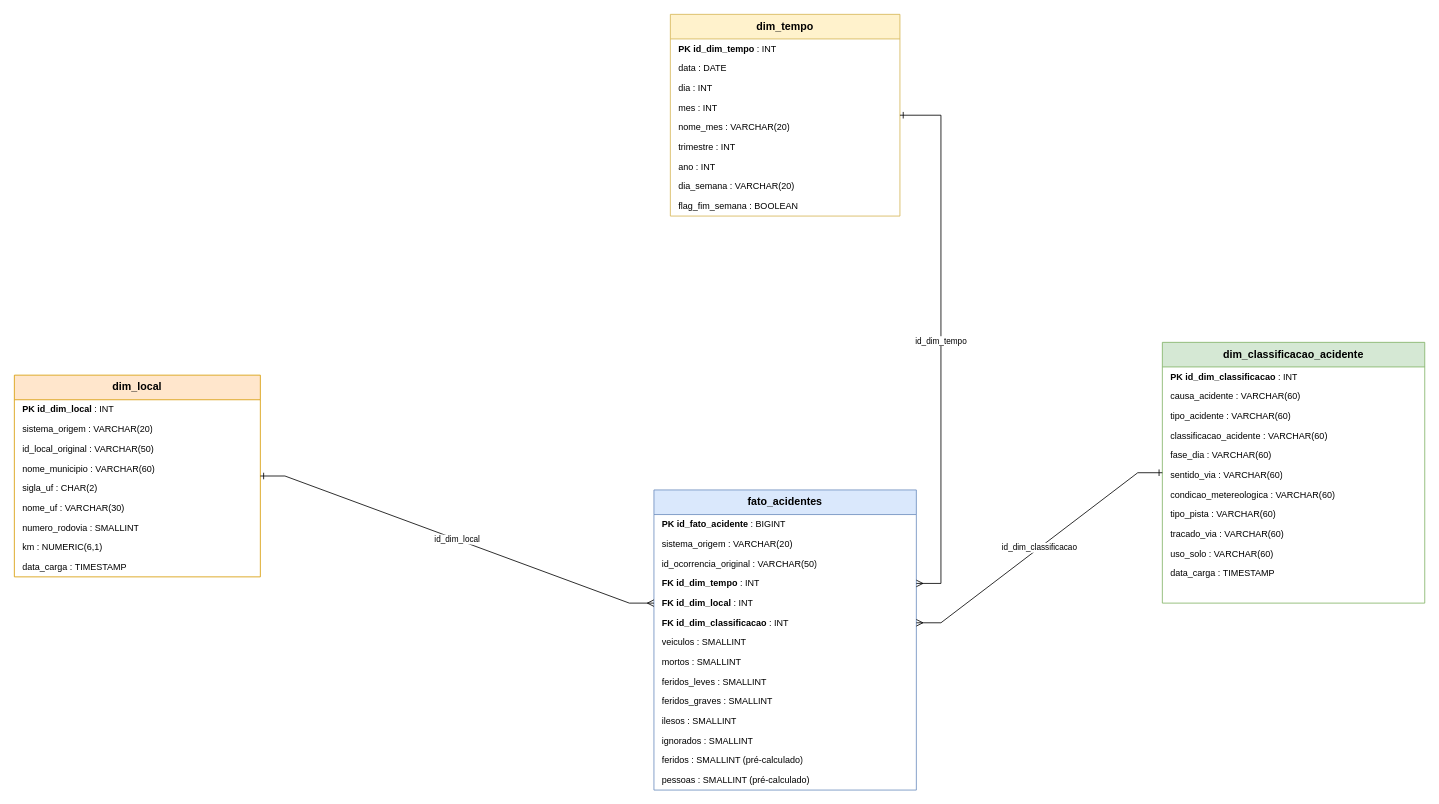
Earlier version of the draw.io diagram diagrams/dw_modelo_estrela.drawio (coutinhonobre/dw_trabalho_apresentacao). Source tidied: cells renumbered, new cells numbered last; positions are measured from the earlier drawing's top-left corner, leaving out a move shared by most shapes. Both pictures are drawn from the tidied source at 82%, with x=0, y=0 at pixel (14, 14).
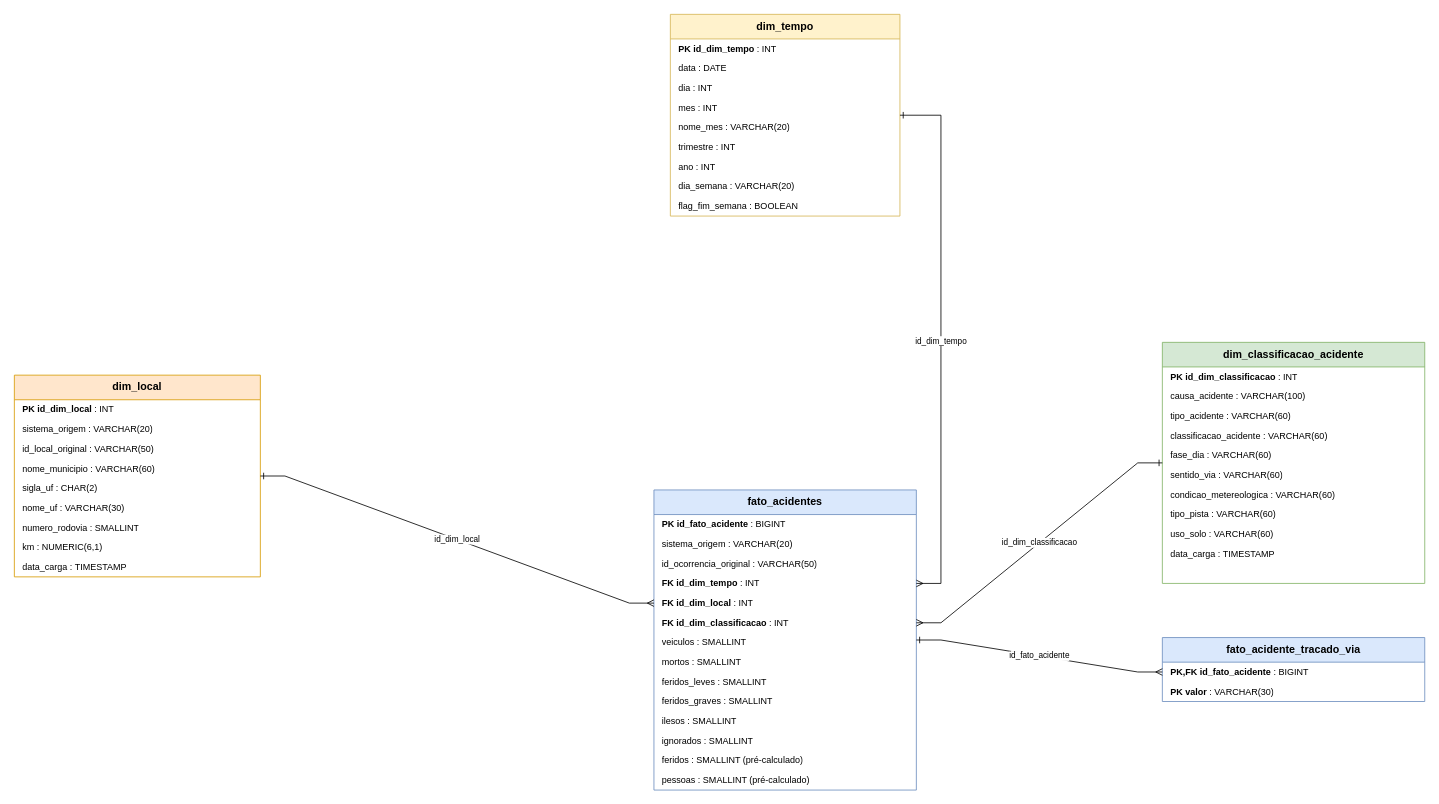
The same diagram, later.

Unchanged cells that the change refers to:
```xml
<mxCell id="2" value="fato_acidentes" style="swimlane;whiteSpace=wrap;html=1;startSize=30;fillColor=#dae8fc;strokeColor=#6c8ebf;fontStyle=1;fontSize=13;align=center;verticalAlign=top;horizontal=1;" parent="1" vertex="1">
  <mxGeometry x="780" y="580" width="320" height="366" as="geometry" />
</mxCell>
```

Diff of the diagram source:
```diff
@@
     <mxCell id="37" value="dim_classificacao_acidente" style="swimlane;whiteSpace=wrap;html=1;startSize=30;fillColor=#d5e8d4;strokeColor=#82b366;fontStyle=1;fontSize=13;align=center;verticalAlign=top;horizontal=1;" parent="1" vertex="1">
-      <mxGeometry x="1400" y="400" width="320" height="318" as="geometry" />
+      <mxGeometry x="1400" y="400" width="320" height="294" as="geometry" />
     </mxCell>
@@
-    <mxCell id="39" value="causa_acidente : VARCHAR(60)" style="text;html=1;strokeColor=none;fillColor=none;align=left;verticalAlign=middle;spacingLeft=8;fontSize=11;whiteSpace=nowrap;overflow=hidden;" parent="37" vertex="1">
+    <mxCell id="39" value="causa_acidente : VARCHAR(100)" style="text;html=1;strokeColor=none;fillColor=none;align=left;verticalAlign=middle;spacingLeft=8;fontSize=11;whiteSpace=nowrap;overflow=hidden;" parent="37" vertex="1">
       <mxGeometry y="54" width="320" height="24" as="geometry" />
     </mxCell>
@@
-    <mxCell id="46" value="tracado_via : VARCHAR(60)" style="text;html=1;strokeColor=none;fillColor=none;align=left;verticalAlign=middle;spacingLeft=8;fontSize=11;whiteSpace=nowrap;overflow=hidden;" parent="37" vertex="1">
-      <mxGeometry y="222" width="320" height="24" as="geometry" />
-    </mxCell>
     <mxCell id="47" value="uso_solo : VARCHAR(60)" style="text;html=1;strokeColor=none;fillColor=none;align=left;verticalAlign=middle;spacingLeft=8;fontSize=11;whiteSpace=nowrap;overflow=hidden;" parent="37" vertex="1">
-      <mxGeometry y="246" width="320" height="24" as="geometry" />
+      <mxGeometry y="222" width="320" height="24" as="geometry" />
     </mxCell>
     <mxCell id="48" value="data_carga : TIMESTAMP" style="text;html=1;strokeColor=none;fillColor=none;align=left;verticalAlign=middle;spacingLeft=8;fontSize=11;whiteSpace=nowrap;overflow=hidden;" parent="37" vertex="1">
-      <mxGeometry y="270" width="320" height="24" as="geometry" />
+      <mxGeometry y="246" width="320" height="24" as="geometry" />
     </mxCell>
+    <mxCell id="52" value="fato_acidente_tracado_via" style="swimlane;whiteSpace=wrap;html=1;startSize=30;fillColor=#dae8fc;strokeColor=#6c8ebf;fontStyle=1;fontSize=13;align=center;verticalAlign=top;horizontal=1;" parent="1" vertex="1">
+      <mxGeometry x="1400" y="760" width="320" height="78" as="geometry" />
+    </mxCell>
+    <mxCell id="53" value="&lt;b&gt;PK,FK id_fato_acidente&lt;/b&gt; : BIGINT" style="text;html=1;strokeColor=none;fillColor=none;align=left;verticalAlign=middle;spacingLeft=8;fontSize=11;whiteSpace=nowrap;overflow=hidden;" parent="52" vertex="1">
+      <mxGeometry y="30" width="320" height="24" as="geometry" />
+    </mxCell>
+    <mxCell id="54" value="&lt;b&gt;PK valor&lt;/b&gt; : VARCHAR(30)" style="text;html=1;strokeColor=none;fillColor=none;align=left;verticalAlign=middle;spacingLeft=8;fontSize=11;whiteSpace=nowrap;overflow=hidden;" parent="52" vertex="1">
+      <mxGeometry y="54" width="320" height="24" as="geometry" />
+    </mxCell>
@@
+    <mxCell id="55" value="id_fato_acidente" style="edgeStyle=entityRelationEdgeStyle;rounded=0;jettySize=auto;html=1;startArrow=ERmany;startFill=0;endArrow=ERone;endFill=0;fontSize=10;labelBackgroundColor=#ffffff;" parent="1" edge="1" source="53" target="2">
+      <mxGeometry relative="1" as="geometry" />
+    </mxCell>
```
